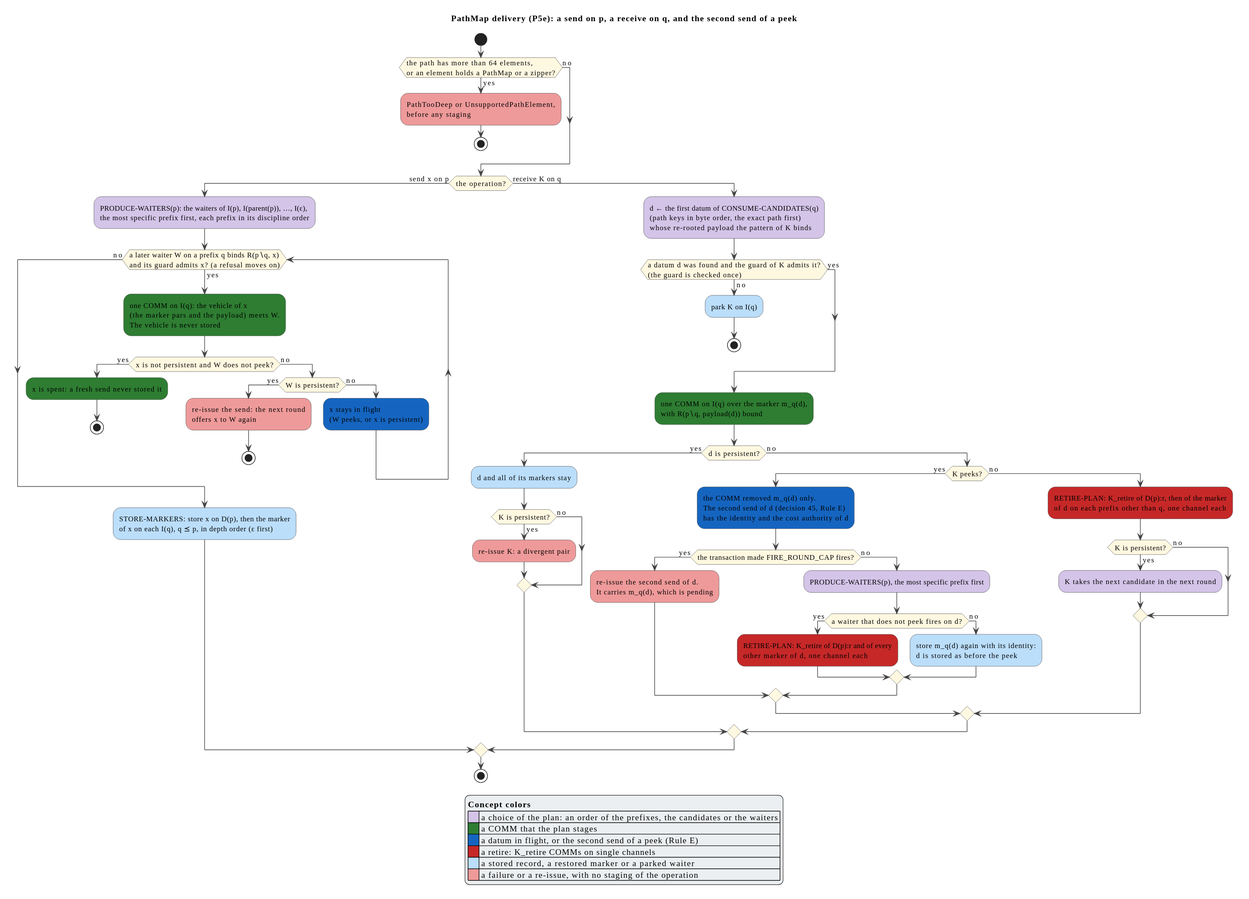
Earlier version of the PlantUML export docs/rspace/reified-rspaces/diagrams/09-pathmap-delivery.svg (F1R3FLY-io/f1r3node-rust). The source it was exported from:
```plantuml
@startuml
!include ../../../casper/theory/diagrams/palette.iuml
!include concept-colors.iuml
$ca_base_skin()
skinparam ArrowColor $rrs_relation
skinparam ActivityBorderColor $rrs_relation
skinparam ActivityDiamondBorderColor $rrs_relation
skinparam ActivityDiamondBackgroundColor $ca_note_amber
skinparam LegendBorderColor $rrs_relation
skinparam LegendBackgroundColor $ca_note_grey
title PathMap delivery (P5e): a send on p, a receive on q, and the second send of a peek

start
if (the path has more than 64 elements,\nor an element holds a PathMap or a zipper?) then (yes)
  :PathTooDeep or UnsupportedPathElement,
  before any staging; <<$rrs_reject>>
  stop
else (no)
endif
if (the operation?) then (send x on p)
  :PRODUCE-WAITERS(p): the waiters of I(p), I(parent(p)), …, I(ε),
  the most specific prefix first, each prefix in its discipline order; <<$rrs_agent>>
  while (a later waiter W on a prefix q binds R(p∖q, x)\nand its guard admits x? (a refusal moves on)) is (yes)
    :one COMM on I(q): the vehicle of x
    (the marker pars and the payload) meets W.
    The vehicle is never stored; <<$rrs_effect>>
    if (x is not persistent and W does not peek?) then (yes)
      :x is spent: a fresh send never stored it; <<$rrs_effect>>
      stop
    else (no)
      if (W is persistent?) then (yes)
        :re-issue the send: the next round
        offers x to W again; <<$rrs_reject>>
        stop
      else (no)
        :x stays in flight
        (W peeks, or x is persistent); <<$rrs_flow>>
      endif
    endif
  endwhile (no)
  :STORE-MARKERS: store x on D(p), then the marker
  of x on each I(q), q ⪯ p, in depth order (ε first); <<$rrs_storage>>
else (receive K on q)
  :d ← the first datum of CONSUME-CANDIDATES(q)
  (path keys in byte order, the exact path first)
  whose re-rooted payload the pattern of K binds; <<$rrs_agent>>
  if (a datum d was found and the guard of K admits it?\n(the guard is checked once)) then (no)
    :park K on I(q); <<$rrs_storage>>
    stop
  else (yes)
  endif
  :one COMM on I(q) over the marker m_q(d),
  with R(p∖q, payload(d)) bound; <<$rrs_effect>>
  if (d is persistent?) then (yes)
    :d and all of its markers stay; <<$rrs_storage>>
    if (K is persistent?) then (yes)
      :re-issue K: a divergent pair; <<$rrs_reject>>
    else (no)
    endif
  else (no)
    if (K peeks?) then (yes)
      :the COMM removed m_q(d) only.
      The second send of d (decision 45, Rule E)
      has the identity and the cost authority of d; <<$rrs_flow>>
      if (the transaction made FIRE_ROUND_CAP fires?) then (yes)
        :re-issue the second send of d.
        It carries m_q(d), which is pending; <<$rrs_reject>>
      else (no)
        :PRODUCE-WAITERS(p), the most specific prefix first; <<$rrs_agent>>
        if (a waiter that does not peek fires on d?) then (yes)
          :RETIRE-PLAN: K_retire of D(p):r and of every
          other marker of d, one channel each; <<$rrs_fail>>
        else (no)
          :store m_q(d) again with its identity:
          d is stored as before the peek; <<$rrs_storage>>
        endif
      endif
    else (no)
      :RETIRE-PLAN: K_retire of D(p):r, then of the marker
      of d on each prefix other than q, one channel each; <<$rrs_fail>>
      if (K is persistent?) then (yes)
        :K takes the next candidate in the next round; <<$rrs_agent>>
      else (no)
      endif
    endif
  endif
endif
stop

legend bottom
**Concept colors**
|<$rrs_agent>    | a choice of the plan: an order of the prefixes, the candidates or the waiters |
|<$rrs_effect>   | a COMM that the plan stages |
|<$rrs_flow>     | a datum in flight, or the second send of a peek (Rule E) |
|<$rrs_fail>     | a retire: K_retire COMMs on single channels |
|<$rrs_storage>  | a stored record, a restored marker or a parked waiter |
|<$rrs_reject>   | a failure or a re-issue, with no staging of the operation |
endlegend
@enduml
```
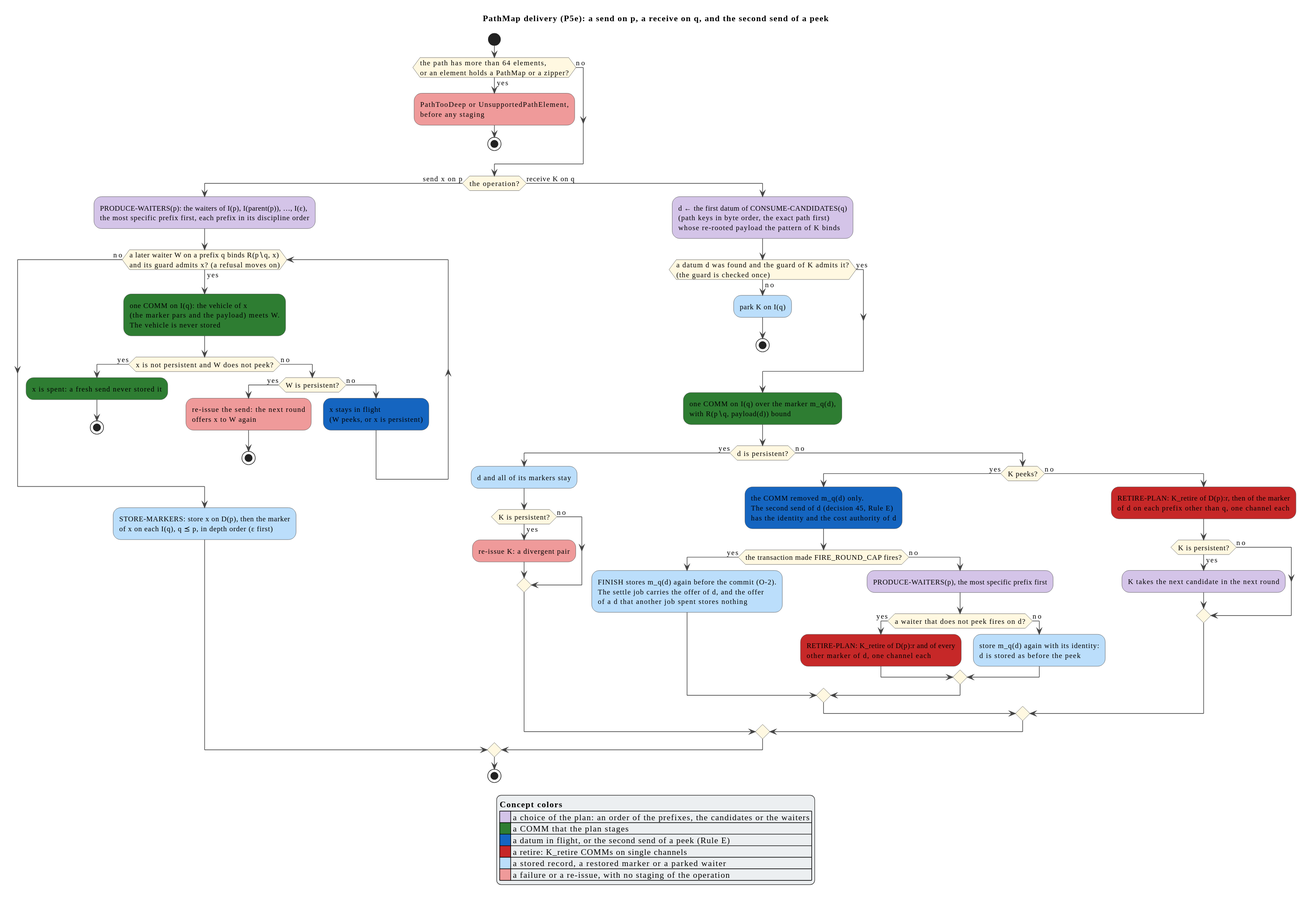
After the commit.

Diff of the diagram source:
```diff
@@ -63,8 +63,9 @@
       The second send of d (decision 45, Rule E)
       has the identity and the cost authority of d; <<$rrs_flow>>
       if (the transaction made FIRE_ROUND_CAP fires?) then (yes)
-        :re-issue the second send of d.
-        It carries m_q(d), which is pending; <<$rrs_reject>>
+        :FINISH stores m_q(d) again before the commit (O-2).
+        The settle job carries the offer of d, and the offer
+        of a d that another job spent stores nothing; <<$rrs_storage>>
       else (no)
         :PRODUCE-WAITERS(p), the most specific prefix first; <<$rrs_agent>>
         if (a waiter that does not peek fires on d?) then (yes)
```
